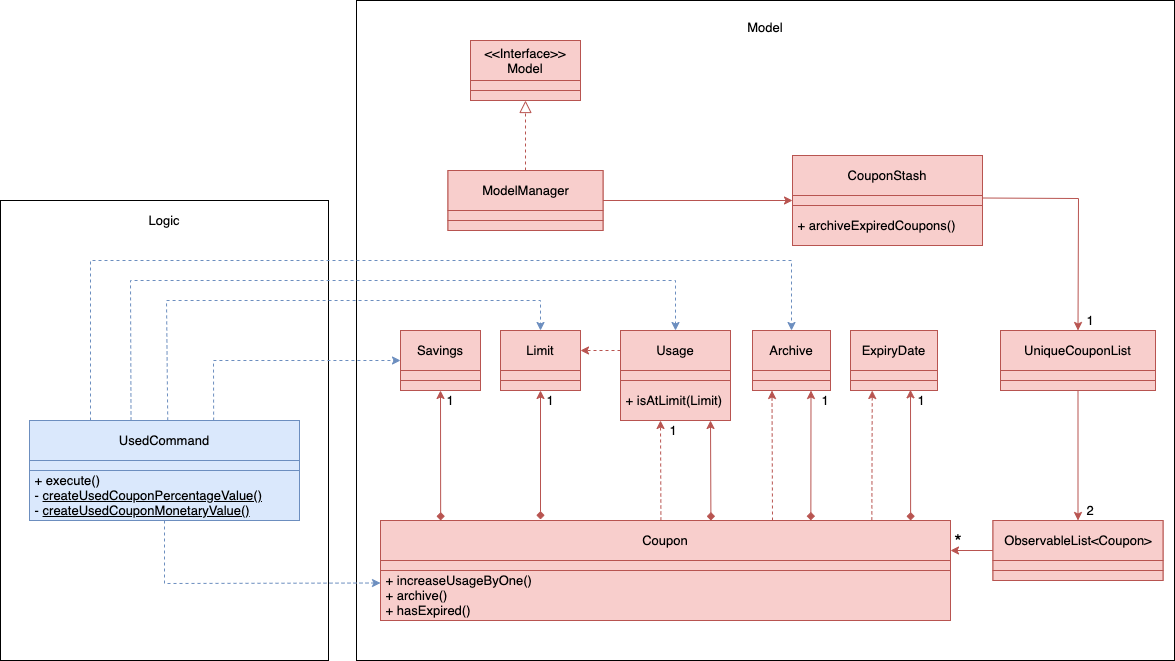
Earlier version of the draw.io export docs/images/ArchivingClassDiagram.png (nus-cs2103-AY1920S2/addressbook-level3). Source tidied: cells renumbered, new cells last; positions are measured from the earlier drawing's top-left corner, leaving out a move shared by most shapes.
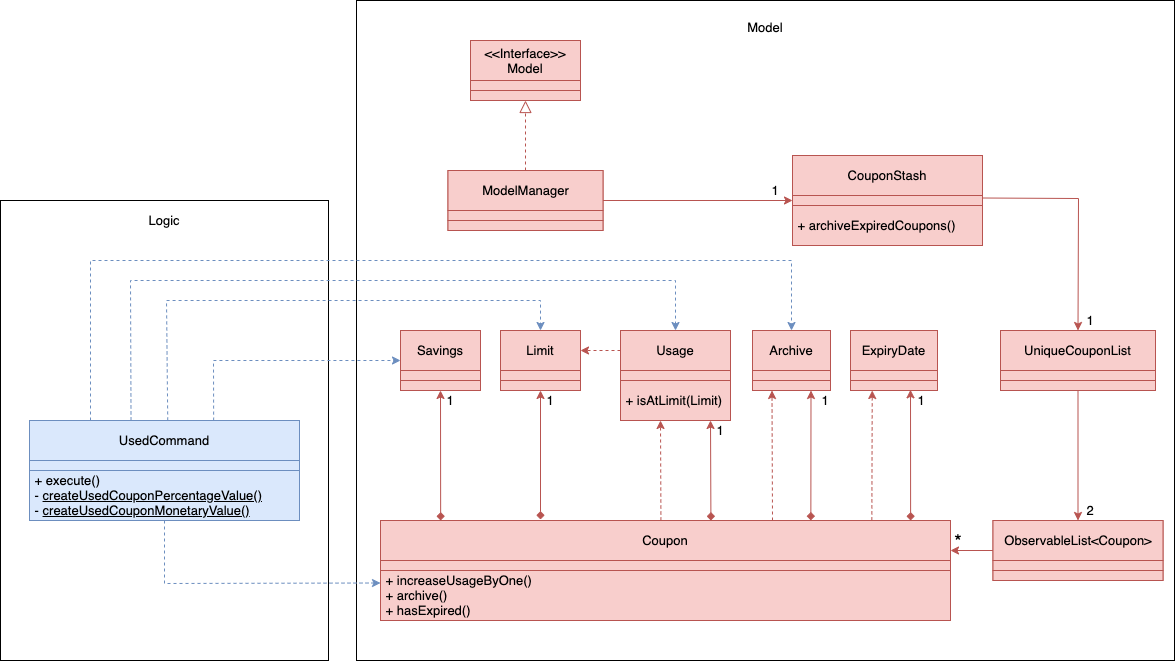
Later version of the same file.

Commit message:
Update to Archive UML diagrams

The edit, as a diff of the source:
```diff
@@ -193,7 +193,7 @@
       <mxGeometry x="815" y="390" width="20" height="20" as="geometry" />
     </mxCell>
     <mxCell id="59" value="1" style="text;html=1;align=center;verticalAlign=middle;whiteSpace=wrap;rounded=0;shadow=0;fontFamily=Helvetica;fontSize=13;" parent="1" vertex="1">
-      <mxGeometry x="662.5" y="420" width="20" height="20" as="geometry" />
+      <mxGeometry x="710" y="420" width="20" height="20" as="geometry" />
     </mxCell>
     <mxCell id="60" value="1" style="text;html=1;align=center;verticalAlign=middle;whiteSpace=wrap;rounded=0;shadow=0;fontFamily=Helvetica;fontSize=13;" parent="1" vertex="1">
       <mxGeometry x="540" y="390" width="20" height="20" as="geometry" />
@@ -282,5 +282,8 @@
         </Array>
       </mxGeometry>
     </mxCell>
+    <mxCell id="80" value="1" style="text;html=1;align=center;verticalAlign=middle;whiteSpace=wrap;rounded=0;shadow=0;fontFamily=Helvetica;fontSize=13;" parent="1" vertex="1">
+      <mxGeometry x="765" y="180" width="20" height="20" as="geometry" />
+    </mxCell>
   </root>
 </mxGraphModel>
```
